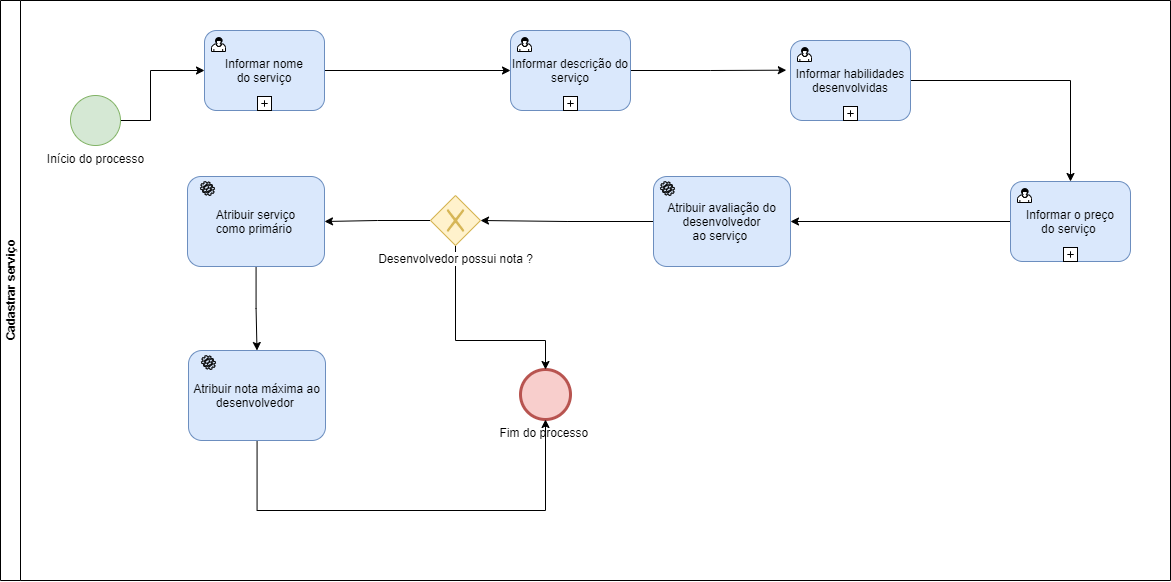
This is documentacao/imagens/process04.png from ICEI-PUC-Minas-PPLES-TI/plf-es-2021-1-ti2-0940100-DevTask, a draw.io export, as it was before one commit. Source tidied: cells renumbered, new cells last; positions are measured from the earlier drawing's top-left corner, leaving out a move shared by most shapes. Source of this version:
```xml
<mxGraphModel>
  <root>
    <mxCell id="0" />
    <mxCell id="1" parent="0" />
    <mxCell id="2" value="Cadastrar&amp;nbsp;serviço" style="swimlane;html=1;horizontal=0;startSize=20;" parent="1" vertex="1">
      <mxGeometry width="1170" height="580" as="geometry" />
    </mxCell>
    <mxCell id="3" style="edgeStyle=orthogonalEdgeStyle;rounded=0;jettySize=auto;html=1;entryX=0;entryY=0.5;entryDx=0;entryDy=0;" parent="2" edge="1" source="4" target="11">
      <mxGeometry relative="1" as="geometry" />
    </mxCell>
    <mxCell id="4" value="Informar nome do&amp;nbsp;serviço" style="html=1;whiteSpace=wrap;rounded=1;fillColor=#dae8fc;strokeColor=#6c8ebf;" parent="2" vertex="1">
      <mxGeometry x="204" y="30" width="120" height="80" as="geometry" />
    </mxCell>
    <mxCell id="5" style="html=1;shape=mxgraph.bpmn.user_task;" parent="4" vertex="1">
      <mxGeometry width="14" height="14" relative="1" as="geometry">
        <mxPoint x="7" y="7" as="offset" />
      </mxGeometry>
    </mxCell>
    <mxCell id="6" style="html=1;shape=plus;" parent="4" vertex="1">
      <mxGeometry x="0.5" y="1" width="14" height="14" relative="1" as="geometry">
        <mxPoint x="-7" y="-14" as="offset" />
      </mxGeometry>
    </mxCell>
    <mxCell id="7" style="edgeStyle=orthogonalEdgeStyle;rounded=0;jettySize=auto;html=1;" parent="2" edge="1" source="8" target="4">
      <mxGeometry relative="1" as="geometry">
        <Array as="points">
          <mxPoint x="150" y="120" />
          <mxPoint x="150" y="70" />
        </Array>
      </mxGeometry>
    </mxCell>
    <mxCell id="8" value="Início do processo" style="shape=mxgraph.bpmn.shape;html=1;verticalLabelPosition=bottom;labelBackgroundColor=#ffffff;verticalAlign=top;align=center;perimeter=ellipsePerimeter;outlineConnect=0;outline=standard;symbol=general;fillColor=#d5e8d4;strokeColor=#82b366;" parent="2" vertex="1">
      <mxGeometry x="70" y="95" width="50" height="50" as="geometry" />
    </mxCell>
    <mxCell id="9" value="Fim do processo&amp;nbsp;" style="shape=mxgraph.bpmn.shape;html=1;verticalLabelPosition=bottom;labelBackgroundColor=#ffffff;verticalAlign=top;align=center;perimeter=ellipsePerimeter;outlineConnect=0;outline=end;symbol=general;fillColor=#f8cecc;strokeColor=#b85450;" parent="2" vertex="1">
      <mxGeometry x="520" y="369" width="50" height="50" as="geometry" />
    </mxCell>
    <mxCell id="10" style="edgeStyle=orthogonalEdgeStyle;rounded=0;jettySize=auto;html=1;entryX=-0.035;entryY=0.371;entryDx=0;entryDy=0;entryPerimeter=0;" parent="2" edge="1" source="11" target="15">
      <mxGeometry relative="1" as="geometry" />
    </mxCell>
    <mxCell id="11" value="Informar&amp;nbsp;descrição do serviço" style="html=1;whiteSpace=wrap;rounded=1;fillColor=#dae8fc;strokeColor=#6c8ebf;" parent="2" vertex="1">
      <mxGeometry x="510" y="30" width="120" height="80" as="geometry" />
    </mxCell>
    <mxCell id="12" style="html=1;shape=mxgraph.bpmn.user_task;" parent="11" vertex="1">
      <mxGeometry width="14" height="14" relative="1" as="geometry">
        <mxPoint x="7" y="7" as="offset" />
      </mxGeometry>
    </mxCell>
    <mxCell id="13" style="html=1;shape=plus;" parent="11" vertex="1">
      <mxGeometry x="0.5" y="1" width="14" height="14" relative="1" as="geometry">
        <mxPoint x="-7" y="-14" as="offset" />
      </mxGeometry>
    </mxCell>
    <mxCell id="14" style="edgeStyle=orthogonalEdgeStyle;rounded=0;jettySize=auto;html=1;entryX=0.5;entryY=0;entryDx=0;entryDy=0;" parent="2" edge="1" source="15" target="25">
      <mxGeometry relative="1" as="geometry" />
    </mxCell>
    <mxCell id="15" value="Informar habilidades desenvolvidas" style="html=1;whiteSpace=wrap;rounded=1;fillColor=#dae8fc;strokeColor=#6c8ebf;" parent="2" vertex="1">
      <mxGeometry x="790" y="40" width="120" height="80" as="geometry" />
    </mxCell>
    <mxCell id="16" style="html=1;shape=mxgraph.bpmn.user_task;" parent="15" vertex="1">
      <mxGeometry width="14" height="14" relative="1" as="geometry">
        <mxPoint x="7" y="7" as="offset" />
      </mxGeometry>
    </mxCell>
    <mxCell id="17" style="html=1;shape=plus;" parent="15" vertex="1">
      <mxGeometry x="0.5" y="1" width="14" height="14" relative="1" as="geometry">
        <mxPoint x="-7" y="-14" as="offset" />
      </mxGeometry>
    </mxCell>
    <mxCell id="18" style="edgeStyle=orthogonalEdgeStyle;rounded=0;jettySize=auto;html=1;entryX=1;entryY=0.5;entryDx=0;entryDy=0;" parent="2" edge="1" source="19" target="23">
      <mxGeometry relative="1" as="geometry" />
    </mxCell>
    <mxCell id="19" value="Atribuir&amp;nbsp;avaliação do desenvolvedor ao&amp;nbsp;serviço&amp;nbsp;" style="shape=ext;rounded=1;html=1;whiteSpace=wrap;fillColor=#dae8fc;strokeColor=#6c8ebf;" parent="2" vertex="1">
      <mxGeometry x="653" y="176" width="137" height="90" as="geometry" />
    </mxCell>
    <mxCell id="20" style="shape=mxgraph.bpmn.service_task;html=1;fillColor=none;gradientColor=none;" parent="2" vertex="1">
      <mxGeometry x="660" y="181" width="14" height="14" as="geometry" />
    </mxCell>
    <mxCell id="21" style="edgeStyle=orthogonalEdgeStyle;rounded=0;jettySize=auto;html=1;" parent="2" edge="1" source="23" target="29">
      <mxGeometry relative="1" as="geometry" />
    </mxCell>
    <mxCell id="22" style="edgeStyle=orthogonalEdgeStyle;rounded=0;jettySize=auto;html=1;entryX=0.5;entryY=0;entryDx=0;entryDy=0;" parent="2" edge="1" source="23" target="9">
      <mxGeometry relative="1" as="geometry">
        <Array as="points">
          <mxPoint x="455" y="340" />
          <mxPoint x="545" y="340" />
        </Array>
      </mxGeometry>
    </mxCell>
    <mxCell id="23" value="Desenvolvedor possui nota ?" style="shape=mxgraph.bpmn.shape;html=1;verticalLabelPosition=bottom;labelBackgroundColor=#ffffff;verticalAlign=top;align=center;perimeter=rhombusPerimeter;background=gateway;outlineConnect=0;outline=none;symbol=exclusiveGw;fillColor=#fff2cc;strokeColor=#d6b656;" parent="2" vertex="1">
      <mxGeometry x="430" y="195" width="50" height="50" as="geometry" />
    </mxCell>
    <mxCell id="24" style="edgeStyle=orthogonalEdgeStyle;rounded=0;jettySize=auto;html=1;entryX=1;entryY=0.5;entryDx=0;entryDy=0;" parent="2" edge="1" source="25" target="19">
      <mxGeometry relative="1" as="geometry" />
    </mxCell>
    <mxCell id="25" value="Informar o&amp;nbsp;preço do&amp;nbsp;serviço&amp;nbsp;" style="html=1;whiteSpace=wrap;rounded=1;fillColor=#dae8fc;strokeColor=#6c8ebf;" parent="2" vertex="1">
      <mxGeometry x="1010" y="181" width="120" height="80" as="geometry" />
    </mxCell>
    <mxCell id="26" style="html=1;shape=mxgraph.bpmn.user_task;" parent="25" vertex="1">
      <mxGeometry width="14" height="14" relative="1" as="geometry">
        <mxPoint x="7" y="7" as="offset" />
      </mxGeometry>
    </mxCell>
    <mxCell id="27" style="html=1;shape=plus;" parent="25" vertex="1">
      <mxGeometry x="0.5" y="1" width="14" height="14" relative="1" as="geometry">
        <mxPoint x="-7" y="-14" as="offset" />
      </mxGeometry>
    </mxCell>
    <mxCell id="28" style="edgeStyle=orthogonalEdgeStyle;rounded=0;jettySize=auto;html=1;entryX=0.5;entryY=0;entryDx=0;entryDy=0;" parent="2" edge="1" source="29" target="32">
      <mxGeometry relative="1" as="geometry" />
    </mxCell>
    <mxCell id="29" value="Atribuir&amp;nbsp;serviço como&amp;nbsp;primário&amp;nbsp;&lt;span style=&quot;color: rgba(0 , 0 , 0 , 0) ; font-family: monospace ; font-size: 0px&quot;&gt;%3CmxGraphModel%3E%3Croot%3E%3CmxCell%20id%3D%220%22%2F%3E%3CmxCell%20id%3D%221%22%20parent%3D%220%22%2F%3E%3CmxCell%20id%3D%222%22%20value%3D%22Atribuir%26amp%3Bnbsp%3Bavalia%C3%A7%C3%A3o%20do%20desenvolvedor%20ao%26amp%3Bnbsp%3Bservi%C3%A7o%26amp%3Bnbsp%3B%22%20style%3D%22shape%3Dext%3Brounded%3D1%3Bhtml%3D1%3BwhiteSpace%3Dwrap%3BfillColor%3D%23dae8fc%3BstrokeColor%3D%236c8ebf%3B%22%20vertex%3D%221%22%20parent%3D%221%22%3E%3CmxGeometry%20x%3D%22-27%22%20y%3D%22296%22%20width%3D%22137%22%20height%3D%2290%22%20as%3D%22geometry%22%2F%3E%3C%2FmxCell%3E%3CmxCell%20id%3D%223%22%20value%3D%22%22%20style%3D%22shape%3Dmxgraph.bpmn.service_task%3Bhtml%3D1%3BoutlineConnect%3D0%3BfillColor%3Dnone%3BgradientColor%3Dnone%3B%22%20vertex%3D%221%22%20parent%3D%221%22%3E%3CmxGeometry%20x%3D%22-20%22%20y%3D%22301%22%20width%3D%2214%22%20height%3D%2214%22%20as%3D%22geometry%22%2F%3E%3C%2FmxCell%3E%3C%2Froot%3E%3C%2FmxGraphModel%3E&lt;/span&gt;" style="shape=ext;rounded=1;html=1;whiteSpace=wrap;fillColor=#dae8fc;strokeColor=#6c8ebf;" parent="2" vertex="1">
      <mxGeometry x="187" y="176" width="137" height="90" as="geometry" />
    </mxCell>
    <mxCell id="30" style="shape=mxgraph.bpmn.service_task;html=1;fillColor=none;gradientColor=none;" parent="2" vertex="1">
      <mxGeometry x="200" y="181" width="14" height="14" as="geometry" />
    </mxCell>
    <mxCell id="31" style="edgeStyle=orthogonalEdgeStyle;rounded=0;jettySize=auto;html=1;entryX=0.5;entryY=1;entryDx=0;entryDy=0;" parent="2" edge="1" source="32" target="9">
      <mxGeometry relative="1" as="geometry">
        <Array as="points">
          <mxPoint x="257" y="510" />
          <mxPoint x="545" y="510" />
        </Array>
      </mxGeometry>
    </mxCell>
    <mxCell id="32" value="Atribuir nota máxima ao desenvolvedor&amp;nbsp;&lt;span style=&quot;color: rgba(0 , 0 , 0 , 0) ; font-family: monospace ; font-size: 0px&quot;&gt;%3CmxGraphModel%3E%3Croot%3E%3CmxCell%20id%3D%220%22%2F%3E%3CmxCell%20id%3D%221%22%20parent%3D%220%22%2F%3E%3CmxCell%20id%3D%222%22%20value%3D%22Atribuir%26amp%3Bnbsp%3Bavalia%C3%A7%C3%A3o%20do%20desenvolvedor%20ao%26amp%3Bnbsp%3Bservi%C3%A7o%26amp%3Bnbsp%3B%22%20style%3D%22shape%3Dext%3Brounded%3D1%3Bhtml%3D1%3BwhiteSpace%3Dwrap%3BfillColor%3D%23dae8fc%3BstrokeColor%3D%236c8ebf%3B%22%20vertex%3D%221%22%20parent%3D%221%22%3E%3CmxGeometry%20x%3D%22-27%22%20y%3D%22296%22%20width%3D%22137%22%20height%3D%2290%22%20as%3D%22geometry%22%2F%3E%3C%2FmxCell%3E%3CmxCell%20id%3D%223%22%20value%3D%22%22%20style%3D%22shape%3Dmxgraph.bpmn.service_task%3Bhtml%3D1%3BoutlineConnect%3D0%3BfillColor%3Dnone%3BgradientColor%3Dnone%3B%22%20vertex%3D%221%22%20parent%3D%221%22%3E%3CmxGeometry%20x%3D%22-20%22%20y%3D%22301%22%20width%3D%2214%22%20height%3D%2214%22%20as%3D%22geometry%22%2F%3E%3C%2FmxCell%3E%3C%2Froot%3E%3C%2FmxGraphModel%3E&lt;/span&gt;" style="shape=ext;rounded=1;html=1;whiteSpace=wrap;fillColor=#dae8fc;strokeColor=#6c8ebf;" parent="2" vertex="1">
      <mxGeometry x="188" y="350" width="137" height="90" as="geometry" />
    </mxCell>
    <mxCell id="33" style="shape=mxgraph.bpmn.service_task;html=1;fillColor=none;gradientColor=none;" parent="2" vertex="1">
      <mxGeometry x="201" y="355" width="14" height="14" as="geometry" />
    </mxCell>
  </root>
</mxGraphModel>
```
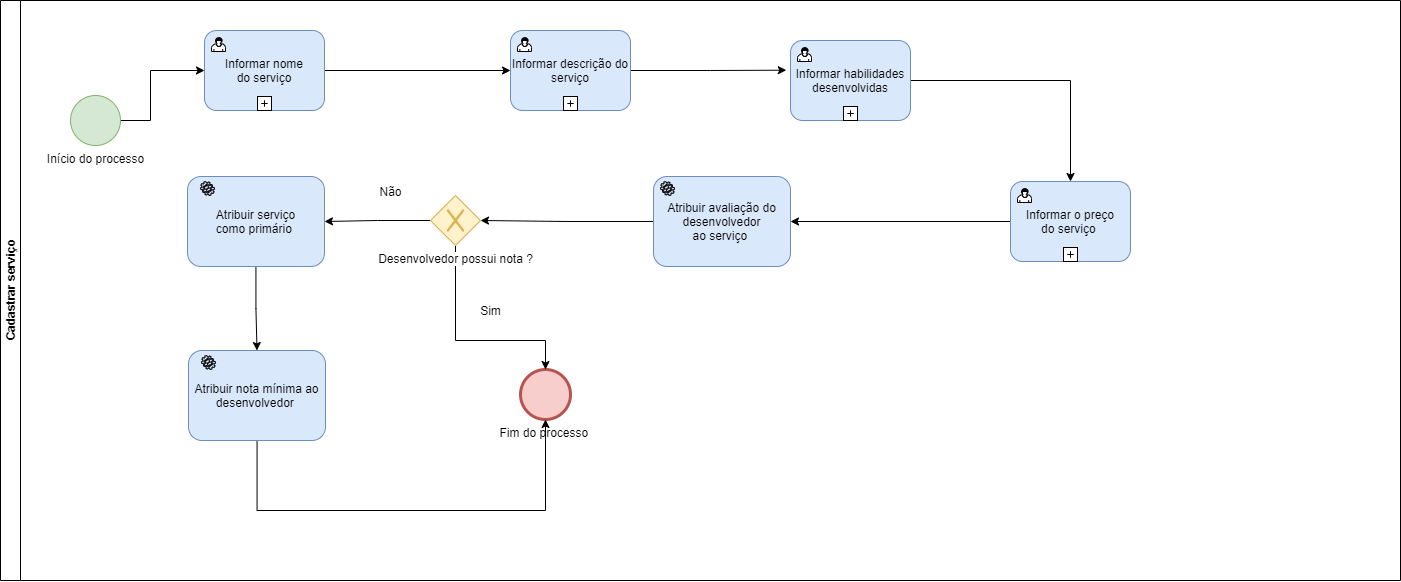
After the change.

Commit message:
Fix Atualizar diagramas BPMN

What changed in the source:
```diff
@@ -3,7 +3,7 @@
     <mxCell id="0" />
     <mxCell id="1" parent="0" />
     <mxCell id="2" value="Cadastrar&amp;nbsp;serviço" style="swimlane;html=1;horizontal=0;startSize=20;" parent="1" vertex="1">
-      <mxGeometry width="1170" height="580" as="geometry" />
+      <mxGeometry width="1400" height="580" as="geometry" />
     </mxCell>
     <mxCell id="3" style="edgeStyle=orthogonalEdgeStyle;rounded=0;jettySize=auto;html=1;entryX=0;entryY=0.5;entryDx=0;entryDy=0;" parent="2" edge="1" source="4" target="11">
       <mxGeometry relative="1" as="geometry" />
@@ -123,11 +123,17 @@
         </Array>
       </mxGeometry>
     </mxCell>
-    <mxCell id="32" value="Atribuir nota máxima ao desenvolvedor&amp;nbsp;&lt;span style=&quot;color: rgba(0 , 0 , 0 , 0) ; font-family: monospace ; font-size: 0px&quot;&gt;%3CmxGraphModel%3E%3Croot%3E%3CmxCell%20id%3D%220%22%2F%3E%3CmxCell%20id%3D%221%22%20parent%3D%220%22%2F%3E%3CmxCell%20id%3D%222%22%20value%3D%22Atribuir%26amp%3Bnbsp%3Bavalia%C3%A7%C3%A3o%20do%20desenvolvedor%20ao%26amp%3Bnbsp%3Bservi%C3%A7o%26amp%3Bnbsp%3B%22%20style%3D%22shape%3Dext%3Brounded%3D1%3Bhtml%3D1%3BwhiteSpace%3Dwrap%3BfillColor%3D%23dae8fc%3BstrokeColor%3D%236c8ebf%3B%22%20vertex%3D%221%22%20parent%3D%221%22%3E%3CmxGeometry%20x%3D%22-27%22%20y%3D%22296%22%20width%3D%22137%22%20height%3D%2290%22%20as%3D%22geometry%22%2F%3E%3C%2FmxCell%3E%3CmxCell%20id%3D%223%22%20value%3D%22%22%20style%3D%22shape%3Dmxgraph.bpmn.service_task%3Bhtml%3D1%3BoutlineConnect%3D0%3BfillColor%3Dnone%3BgradientColor%3Dnone%3B%22%20vertex%3D%221%22%20parent%3D%221%22%3E%3CmxGeometry%20x%3D%22-20%22%20y%3D%22301%22%20width%3D%2214%22%20height%3D%2214%22%20as%3D%22geometry%22%2F%3E%3C%2FmxCell%3E%3C%2Froot%3E%3C%2FmxGraphModel%3E&lt;/span&gt;" style="shape=ext;rounded=1;html=1;whiteSpace=wrap;fillColor=#dae8fc;strokeColor=#6c8ebf;" parent="2" vertex="1">
+    <mxCell id="32" value="Atribuir nota mínima ao desenvolvedor&amp;nbsp;&lt;span style=&quot;color: rgba(0 , 0 , 0 , 0) ; font-family: monospace ; font-size: 0px&quot;&gt;%3CmxGraphModel%3E%3Croot%3E%3CmxCell%20id%3D%220%22%2F%3E%3CmxCell%20id%3D%221%22%20parent%3D%220%22%2F%3E%3CmxCell%20id%3D%222%22%20value%3D%22Atribuir%26amp%3Bnbsp%3Bavalia%C3%A7%C3%A3o%20do%20desenvolvedor%20ao%26amp%3Bnbsp%3Bservi%C3%A7o%26amp%3Bnbsp%3B%22%20style%3D%22shape%3Dext%3Brounded%3D1%3Bhtml%3D1%3BwhiteSpace%3Dwrap%3BfillColor%3D%23dae8fc%3BstrokeColor%3D%236c8ebf%3B%22%20vertex%3D%221%22%20parent%3D%221%22%3E%3CmxGeometry%20x%3D%22-27%22%20y%3D%22296%22%20width%3D%22137%22%20height%3D%2290%22%20as%3D%22geometry%22%2F%3E%3C%2FmxCell%3E%3CmxCell%20id%3D%223%22%20value%3D%22%22%20style%3D%22shape%3Dmxgraph.bpmn.service_task%3Bhtml%3D1%3BoutlineConnect%3D0%3BfillColor%3Dnone%3BgradientColor%3Dnone%3B%22%20vertex%3D%221%22%20parent%3D%221%22%3E%3CmxGeometry%20x%3D%22-20%22%20y%3D%22301%22%20width%3D%2214%22%20height%3D%2214%22%20as%3D%22geometry%22%2F%3E%3C%2FmxCell%3E%3C%2Froot%3E%3C%2FmxGraphModel%3E&lt;/span&gt;" style="shape=ext;rounded=1;html=1;whiteSpace=wrap;fillColor=#dae8fc;strokeColor=#6c8ebf;" parent="2" vertex="1">
       <mxGeometry x="188" y="350" width="137" height="90" as="geometry" />
     </mxCell>
     <mxCell id="33" style="shape=mxgraph.bpmn.service_task;html=1;fillColor=none;gradientColor=none;" parent="2" vertex="1">
       <mxGeometry x="201" y="355" width="14" height="14" as="geometry" />
     </mxCell>
+    <mxCell id="34" value="Não" style="text;html=1;align=center;verticalAlign=middle;" parent="2" vertex="1">
+      <mxGeometry x="370" y="181" width="40" height="20" as="geometry" />
+    </mxCell>
+    <mxCell id="35" value="Sim" style="text;html=1;align=center;verticalAlign=middle;" parent="2" vertex="1">
+      <mxGeometry x="470" y="300" width="40" height="20" as="geometry" />
+    </mxCell>
   </root>
 </mxGraphModel>
```
